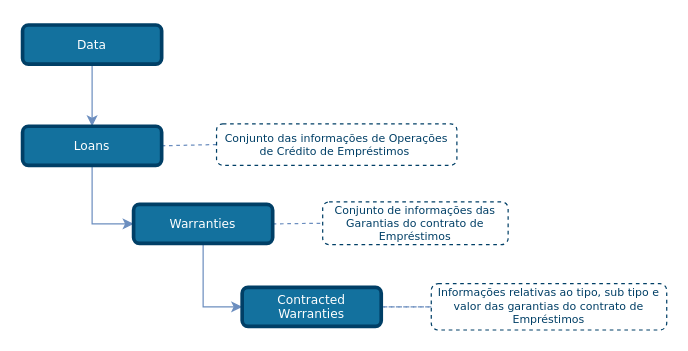
Before: draw_io_diagrams/loans/TLD_Loans_Warranties.drawio in OpenBanking-Brasil/areadesenvolvedor, a draw.io diagram. Source tidied: cells renumbered, new cells numbered last; positions are measured from the earlier drawing's top-left corner, leaving out a move shared by most shapes. Both pictures are drawn from the tidied source at 122%, with x=0, y=0 at pixel (22, 24).
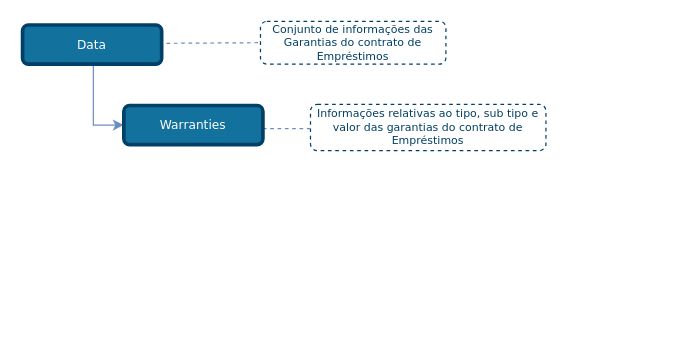
The same page after the edit.

What changed in the source:
```diff
@@
 <mxGraphModel>
   <root>
     <mxCell id="0" />
     <mxCell id="1" parent="0" />
-    <mxCell id="2" style="edgeStyle=none;rounded=1;jettySize=auto;html=1;entryX=0;entryY=0.5;entryDx=0;entryDy=0;dashed=1;endArrow=none;endFill=0;endSize=6;strokeColor=#6C8EBF;exitX=1;exitY=0.5;exitDx=0;exitDy=0;" parent="1" edge="1" source="14" target="8">
-      <mxGeometry relative="1" as="geometry" />
+    <mxCell id="2" style="edgeStyle=none;rounded=1;jettySize=auto;html=1;entryX=0;entryY=0.5;entryDx=0;entryDy=0;dashed=1;endArrow=none;endFill=0;endSize=6;strokeColor=#6C8EBF;" parent="1" edge="1" target="8">
+      <mxGeometry relative="1" as="geometry">
+        <mxPoint x="118" y="15" as="sourcePoint" />
+      </mxGeometry>
     </mxCell>
-    <mxCell id="3" style="edgeStyle=orthogonalEdgeStyle;rounded=0;jettySize=auto;html=1;entryX=0.5;entryY=0;entryDx=0;entryDy=0;endSize=6;fillColor=#dae8fc;strokeColor=#6c8ebf;comic=0;shadow=0;backgroundOutline=0;snapToPoint=0;fixDash=0;endArrow=classic;endFill=1;exitX=0.5;exitY=1;exitDx=0;exitDy=0;" parent="1" edge="1" source="12" target="6">
-      <mxGeometry relative="1" as="geometry" />
-    </mxCell>
-    <mxCell id="4" style="edgeStyle=orthogonalEdgeStyle;rounded=0;jettySize=auto;html=1;exitX=0.5;exitY=1;exitDx=0;exitDy=0;entryX=0;entryY=0.5;entryDx=0;entryDy=0;strokeColor=#6C8EBF;endArrow=classic;endFill=1;" parent="1" edge="1" source="6" target="14">
-      <mxGeometry relative="1" as="geometry" />
+    <mxCell id="4" style="edgeStyle=orthogonalEdgeStyle;rounded=0;jettySize=auto;html=1;exitX=0.5;exitY=1;exitDx=0;exitDy=0;entryX=0;entryY=0.5;entryDx=0;entryDy=0;strokeColor=#6C8EBF;endArrow=classic;endFill=1;" parent="1" edge="1" source="12" target="14">
+      <mxGeometry relative="1" as="geometry">
+        <Array as="points">
+          <mxPoint x="58" y="32" />
+          <mxPoint x="58" y="82" />
+        </Array>
+      </mxGeometry>
     </mxCell>
-    <mxCell id="5" style="edgeStyle=none;rounded=1;jettySize=auto;html=1;exitX=1;exitY=0.5;exitDx=0;exitDy=0;entryX=0;entryY=0.5;entryDx=0;entryDy=0;dashed=1;endArrow=none;endFill=0;endSize=6;strokeColor=#6C8EBF;" parent="1" edge="1" source="6" target="7">
-      <mxGeometry relative="1" as="geometry" />
-    </mxCell>
-    <mxCell id="6" value="Loans" style="rounded=1;whiteSpace=wrap;html=1;comic=0;shadow=0;backgroundOutline=0;snapToPoint=0;fixDash=0;strokeWidth=3;fontFamily=Verdana;fontStyle=0;labelBackgroundColor=none;labelBorderColor=none;fontSize=10;fillColor=#13719E;strokeColor=#003F66;fontColor=#ffffff;" parent="1" vertex="1">
-      <mxGeometry y="83" width="114" height="32" as="geometry" />
-    </mxCell>
-    <mxCell id="7" value="&lt;font style=&quot;font-size: 9px&quot;&gt;Conjunto das informações de Operações de Crédito de Empréstimos&amp;nbsp;&lt;/font&gt;" style="rounded=1;whiteSpace=wrap;html=1;shadow=0;comic=0;strokeColor=#003F66;strokeWidth=1;fillColor=#ffffff;fontFamily=Verdana;fontSize=9;fontColor=#003F66;dashed=1;spacingLeft=5;spacing=0;spacingRight=5;spacingBottom=5;spacingTop=5;align=center;verticalAlign=middle;gradientColor=#ffffff;" parent="1" vertex="1">
-      <mxGeometry x="159" y="81" width="197" height="34" as="geometry" />
-    </mxCell>
     <mxCell id="8" value="&lt;font style=&quot;font-size: 9px&quot;&gt;Conjunto de informações das Garantias do contrato de Empréstimos&lt;/font&gt;" style="rounded=1;whiteSpace=wrap;html=1;shadow=0;comic=0;strokeColor=#003F66;strokeWidth=1;fillColor=#ffffff;fontFamily=Verdana;fontSize=9;fontColor=#003F66;dashed=1;spacingLeft=5;spacing=0;spacingRight=5;spacingBottom=5;spacingTop=5;align=center;verticalAlign=middle;gradientColor=#ffffff;" parent="1" vertex="1">
-      <mxGeometry x="246" y="145" width="152" height="35" as="geometry" />
+      <mxGeometry x="195" y="-3" width="152" height="35" as="geometry" />
     </mxCell>
-    <mxCell id="9" style="edgeStyle=none;rounded=1;jettySize=auto;html=1;entryX=0;entryY=0.5;entryDx=0;entryDy=0;dashed=1;endArrow=none;endFill=0;endSize=6;strokeColor=#6C8EBF;exitX=1;exitY=0.5;exitDx=0;exitDy=0;" parent="1" edge="1" source="15" target="10">
-      <mxGeometry relative="1" as="geometry" />
-    </mxCell>
     <mxCell id="10" value="&lt;font style=&quot;font-size: 9px&quot;&gt;Informações relativas ao tipo, sub tipo e valor das garantias do contrato de Empréstimos&lt;/font&gt;" style="rounded=1;whiteSpace=wrap;html=1;shadow=0;comic=0;strokeColor=#003F66;strokeWidth=1;fillColor=#ffffff;fontFamily=Verdana;fontSize=9;fontColor=#003F66;dashed=1;spacingLeft=5;spacing=0;spacingRight=5;spacingBottom=5;spacingTop=5;align=center;verticalAlign=middle;gradientColor=#ffffff;" parent="1" vertex="1">
-      <mxGeometry x="335" y="212" width="193" height="38" as="geometry" />
+      <mxGeometry x="236" y="65" width="193" height="38" as="geometry" />
     </mxCell>
-    <mxCell id="11" style="edgeStyle=orthogonalEdgeStyle;rounded=0;jettySize=auto;html=1;exitX=0.5;exitY=1;exitDx=0;exitDy=0;entryX=0;entryY=0.5;entryDx=0;entryDy=0;strokeColor=#6C8EBF;endArrow=classic;endFill=1;" parent="1" edge="1" source="14" target="15">
-      <mxGeometry relative="1" as="geometry" />
-    </mxCell>
     <mxCell id="12" value="Data" style="rounded=1;whiteSpace=wrap;html=1;comic=0;shadow=0;backgroundOutline=0;snapToPoint=0;fixDash=0;strokeWidth=3;fontFamily=Verdana;fontStyle=0;labelBackgroundColor=none;labelBorderColor=none;fontSize=10;fillColor=#13719E;strokeColor=#003F66;fontColor=#ffffff;" parent="1" vertex="1">
       <mxGeometry width="114" height="32" as="geometry" />
     </mxCell>
     <mxCell id="13" style="edgeStyle=none;rounded=1;orthogonalLoop=1;jettySize=auto;html=1;entryX=0;entryY=0.5;entryDx=0;entryDy=0;dashed=1;endArrow=none;endFill=0;endSize=6;strokeColor=#6C8EBF;exitX=1;exitY=0.5;exitDx=0;exitDy=0;" parent="1" edge="1">
       <mxGeometry relative="1" as="geometry">
-        <mxPoint x="296" y="231" as="sourcePoint" />
-        <mxPoint x="337" y="231" as="targetPoint" />
+        <mxPoint x="197" y="85" as="sourcePoint" />
+        <mxPoint x="238" y="85" as="targetPoint" />
       </mxGeometry>
     </mxCell>
     <mxCell id="14" value="Warranties" style="rounded=1;whiteSpace=wrap;html=1;comic=0;shadow=0;backgroundOutline=0;snapToPoint=0;fixDash=0;strokeWidth=3;fontFamily=Verdana;fontStyle=0;labelBackgroundColor=none;labelBorderColor=none;fontSize=10;fillColor=#13719E;strokeColor=#003F66;fontColor=#ffffff;" parent="1" vertex="1">
-      <mxGeometry x="91" y="147" width="114" height="32" as="geometry" />
+      <mxGeometry x="83" y="66" width="114" height="32" as="geometry" />
     </mxCell>
-    <mxCell id="15" value="Contracted Warranties" style="rounded=1;whiteSpace=wrap;html=1;comic=0;shadow=0;backgroundOutline=0;snapToPoint=0;fixDash=0;strokeWidth=3;fontFamily=Verdana;fontStyle=0;labelBackgroundColor=none;labelBorderColor=none;fontSize=10;fillColor=#13719E;strokeColor=#003F66;fontColor=#ffffff;" parent="1" vertex="1">
-      <mxGeometry x="180" y="215" width="114" height="32" as="geometry" />
-    </mxCell>
   </root>
 </mxGraphModel>
```
